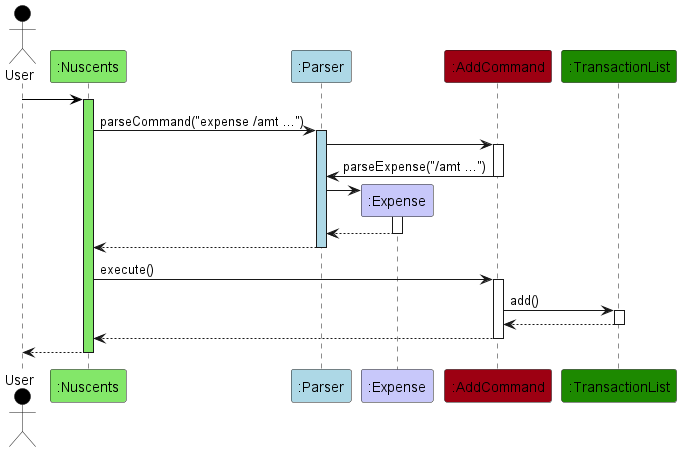
Before: docs/images/AddTransactionSequenceDiagram.png, a diagram exported from PlantUML (vvhuiling/tp).
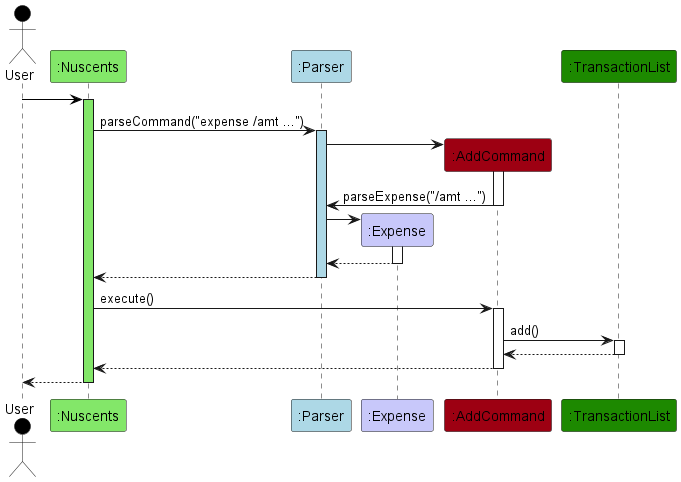
The same file after the commit.

Commit message:
Update sequence diagram for add transaction

Diff of the diagram source:
```diff
@@ -16,6 +16,7 @@
 nuscents -> parser : parseCommand("expense /amt ...")
 activate parser PARSER_COLOR
 
+create AddCommand
 parser -> AddCommand
 activate AddCommand
 
```
